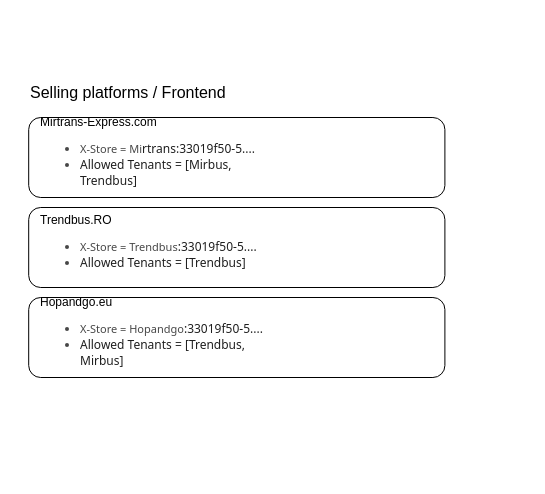
maxCheptea/Diagrams keeps this draw.io diagram as page "Multitenant big concept" (5 of 5) of GBS/GBS_Booking_flow.drawio. Above is the earlier version. Source tidied: cells renumbered, new cells numbered last; positions are measured from the earlier drawing's top-left corner, leaving out a move shared by most shapes. Both pictures are drawn from the tidied source at 100%, with x=0, y=0 at pixel (17, 17).
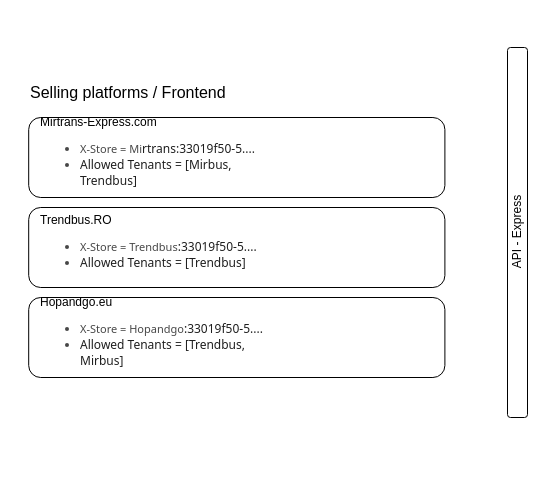
The same diagram, later.

What changed in the source:
```diff
@@
 <mxGraphModel>
   <root>
     <mxCell id="0" />
     <mxCell id="1" parent="0" />
     <mxCell id="2" style="group;" parent="1" vertex="1">
       <mxGeometry width="450" height="460" as="geometry" />
     </mxCell>
     <mxCell id="3" value="Selling platforms / Frontend" style="text;html=1;align=left;verticalAlign=middle;whiteSpace=wrap;rounded=0;fontSize=16;" parent="2" vertex="1">
       <mxGeometry x="11.2" y="60" width="337.5" height="30" as="geometry" />
     </mxCell>
     <mxCell id="4" value="Mirtrans-Express.com&lt;div&gt;&lt;div style=&quot;font-variant-numeric: normal; font-variant-east-asian: normal; font-variant-alternates: normal; font-size-adjust: none; font-kerning: auto; font-optical-sizing: auto; font-feature-settings: normal; font-variation-settings: normal; font-variant-position: normal; font-variant-emoji: normal; font-stretch: normal; font-size: 11px; line-height: 16px; font-family: &amp;quot;Google Sans Text&amp;quot;, &amp;quot;Google Sans&amp;quot;, system-ui, sans-serif; color: rgb(71, 71, 71); width: 240px; min-width: 160px; max-width: 240px; flex-shrink: 0; text-transform: capitalize; overflow-wrap: break-word; background-color: rgb(255, 255, 255);&quot; class=&quot;header-name&quot;&gt;&lt;ul&gt;&lt;li&gt;x-store = mi&lt;span style=&quot;background-color: light-dark(rgb(255, 255, 255), rgb(18, 18, 18)); color: light-dark(rgb(31, 31, 31), rgb(210, 210, 210)); font-size: 12px;&quot;&gt;rtrans:33019f50-5....&lt;/span&gt;&lt;/li&gt;&lt;li&gt;&lt;span style=&quot;background-color: light-dark(rgb(255, 255, 255), rgb(18, 18, 18)); color: light-dark(rgb(31, 31, 31), rgb(210, 210, 210)); font-size: 12px;&quot;&gt;allowed Tenants = [mirbus, Trendbus]&lt;/span&gt;&lt;/li&gt;&lt;/ul&gt;&lt;/div&gt;&lt;/div&gt;" style="rounded=1;whiteSpace=wrap;html=1;align=left;spacingTop=0;spacingLeft=10;" parent="2" vertex="1">
       <mxGeometry x="11.2" y="100" width="416.2" height="80" as="geometry" />
     </mxCell>
     <mxCell id="5" value="Trendbus.RO&lt;div&gt;&lt;div style=&quot;font-variant-numeric: normal; font-variant-east-asian: normal; font-variant-alternates: normal; font-size-adjust: none; font-kerning: auto; font-optical-sizing: auto; font-feature-settings: normal; font-variation-settings: normal; font-variant-position: normal; font-variant-emoji: normal; font-stretch: normal; font-size: 11px; line-height: 16px; font-family: &amp;quot;Google Sans Text&amp;quot;, &amp;quot;Google Sans&amp;quot;, system-ui, sans-serif; color: rgb(71, 71, 71); width: 240px; min-width: 160px; max-width: 240px; flex-shrink: 0; text-transform: capitalize; overflow-wrap: break-word; background-color: rgb(255, 255, 255);&quot; class=&quot;header-name&quot;&gt;&lt;ul&gt;&lt;li&gt;x-store = trendbus&lt;span style=&quot;background-color: light-dark(rgb(255, 255, 255), rgb(18, 18, 18)); color: light-dark(rgb(31, 31, 31), rgb(210, 210, 210)); font-size: 12px;&quot;&gt;:33019f50-5....&lt;/span&gt;&lt;/li&gt;&lt;li&gt;&lt;span style=&quot;background-color: light-dark(rgb(255, 255, 255), rgb(18, 18, 18)); color: light-dark(rgb(31, 31, 31), rgb(210, 210, 210)); font-size: 12px;&quot;&gt;allowed Tenants = [Trendbus]&lt;/span&gt;&lt;/li&gt;&lt;/ul&gt;&lt;/div&gt;&lt;/div&gt;" style="rounded=1;whiteSpace=wrap;html=1;align=left;spacingTop=0;spacingLeft=10;" parent="2" vertex="1">
       <mxGeometry x="11.2" y="190" width="416.2" height="80" as="geometry" />
     </mxCell>
     <mxCell id="6" value="Hopandgo.eu&lt;div&gt;&lt;div style=&quot;font-variant-numeric: normal; font-variant-east-asian: normal; font-variant-alternates: normal; font-size-adjust: none; font-kerning: auto; font-optical-sizing: auto; font-feature-settings: normal; font-variation-settings: normal; font-variant-position: normal; font-variant-emoji: normal; font-stretch: normal; font-size: 11px; line-height: 16px; font-family: &amp;quot;Google Sans Text&amp;quot;, &amp;quot;Google Sans&amp;quot;, system-ui, sans-serif; color: rgb(71, 71, 71); width: 240px; min-width: 160px; max-width: 240px; flex-shrink: 0; text-transform: capitalize; overflow-wrap: break-word; background-color: rgb(255, 255, 255);&quot; class=&quot;header-name&quot;&gt;&lt;ul&gt;&lt;li&gt;x-store = Hopandgo&lt;span style=&quot;background-color: light-dark(rgb(255, 255, 255), rgb(18, 18, 18)); color: light-dark(rgb(31, 31, 31), rgb(210, 210, 210)); font-size: 12px;&quot;&gt;:33019f50-5....&lt;/span&gt;&lt;/li&gt;&lt;li&gt;&lt;span style=&quot;background-color: light-dark(rgb(255, 255, 255), rgb(18, 18, 18)); color: light-dark(rgb(31, 31, 31), rgb(210, 210, 210)); font-size: 12px;&quot;&gt;allowed Tenants = [Trendbus, mirbus]&lt;/span&gt;&lt;/li&gt;&lt;/ul&gt;&lt;/div&gt;&lt;/div&gt;" style="rounded=1;whiteSpace=wrap;html=1;align=left;spacingTop=0;spacingLeft=10;" parent="2" vertex="1">
       <mxGeometry x="11.2" y="280" width="416.2" height="80" as="geometry" />
     </mxCell>
+    <mxCell id="7" value="API - Express" style="html=1;perimeter=orthogonalPerimeter;targetShapes=umlLifeline;newEdgeStyle={&quot;curved&quot;:0,&quot;rounded&quot;:0};rounded=1;flipV=0;direction=west;horizontal=0;" parent="1" vertex="1">
+      <mxGeometry x="490" y="30" width="20" height="370" as="geometry" />
+    </mxCell>
   </root>
 </mxGraphModel>
```
